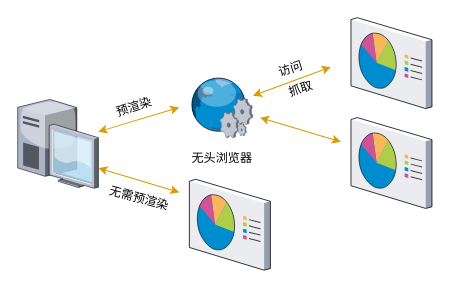
zyx1992/hexoDocs keeps this draw.io diagram as page "视觉改版2" (4 of 9) of Untitled Diagram.drawio. Above is the earlier version. Source tidied: cells renumbered, new cells numbered last; positions are measured from the earlier drawing's top-left corner, leaving out a move shared by most shapes. Both pictures are drawn from the tidied source at 101%, with x=0, y=0 at pixel (17, 17).
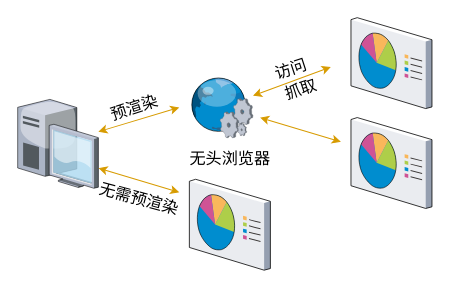
The same diagram, later.

Diff of the diagram source:
```diff
@@
 <mxGraphModel>
   <root>
     <mxCell id="0" />
     <mxCell id="1" parent="0" />
     <mxCell id="2" style="verticalLabelPosition=bottom;html=1;verticalAlign=top;strokeColor=none;align=center;outlineConnect=0;shape=mxgraph.citrix.web_service;" parent="1" vertex="1">
       <mxGeometry x="170" y="58.9" width="63" height="60" as="geometry" />
     </mxCell>
     <mxCell id="3" style="verticalLabelPosition=bottom;html=1;verticalAlign=top;strokeColor=none;align=center;shape=mxgraph.citrix.reporting;" parent="1" vertex="1">
       <mxGeometry x="330" width="80.2" height="90" as="geometry" />
     </mxCell>
     <mxCell id="4" style="verticalLabelPosition=bottom;html=1;verticalAlign=top;strokeColor=none;align=center;shape=mxgraph.citrix.reporting;" parent="1" vertex="1">
       <mxGeometry x="330" y="98.9" width="80.2" height="90" as="geometry" />
     </mxCell>
     <mxCell id="5" style="endArrow=classic;startArrow=classic;html=1;fillColor=#ffe6cc;strokeColor=#d79b00;" parent="1" edge="1" source="2">
       <mxGeometry relative="1" as="geometry">
         <mxPoint x="310" y="48.9" as="targetPoint" />
       </mxGeometry>
     </mxCell>
     <mxCell id="6" style="endArrow=classic;startArrow=classic;html=1;fillColor=#ffe6cc;strokeColor=#d79b00;" parent="1" edge="1">
       <mxGeometry relative="1" as="geometry">
         <mxPoint x="240" y="98.9" as="sourcePoint" />
         <mxPoint x="320" y="122.9" as="targetPoint" />
       </mxGeometry>
     </mxCell>
     <mxCell id="7" style="endArrow=classic;startArrow=classic;html=1;fillColor=#ffe6cc;strokeColor=#d79b00;" parent="1" edge="1">
       <mxGeometry relative="1" as="geometry">
         <mxPoint x="80" y="148.9" as="sourcePoint" />
         <mxPoint x="160" y="172.9" as="targetPoint" />
       </mxGeometry>
     </mxCell>
     <mxCell id="8" style="endArrow=classic;startArrow=classic;html=1;fillColor=#ffe6cc;strokeColor=#d79b00;" parent="1" edge="1" source="14">
       <mxGeometry relative="1" as="geometry">
         <mxPoint x="160" y="88.9" as="targetPoint" />
       </mxGeometry>
     </mxCell>
-    <mxCell id="9" value="无头浏览器" style="text;html=1;align=center;verticalAlign=middle;" parent="1" vertex="1">
-      <mxGeometry x="161.5" y="128.9" width="80" height="20" as="geometry" />
+    <mxCell id="9" value="无头浏览器" style="text;html=1;align=center;verticalAlign=middle;fontSize=16;" parent="1" vertex="1">
+      <mxGeometry x="160.1" y="128.9" width="100" height="20" as="geometry" />
     </mxCell>
-    <mxCell id="10" value="预渲染" style="text;html=1;align=center;verticalAlign=middle;rotation=342;" parent="1" vertex="1">
-      <mxGeometry x="90" y="78.9" width="50" height="20" as="geometry" />
+    <mxCell id="10" value="&lt;font style=&quot;font-size: 16px&quot;&gt;预渲染&lt;/font&gt;" style="text;html=1;align=center;verticalAlign=middle;rotation=342;" parent="1" vertex="1">
+      <mxGeometry x="85" y="78.9" width="60" height="20" as="geometry" />
     </mxCell>
-    <mxCell id="11" value="无需预渲染" style="text;html=1;align=center;verticalAlign=middle;rotation=15;" parent="1" vertex="1">
-      <mxGeometry x="79.9" y="168.9" width="80" height="20" as="geometry" />
+    <mxCell id="11" value="无需预渲染" style="text;html=1;align=center;verticalAlign=middle;rotation=15;fontSize=16;" parent="1" vertex="1">
+      <mxGeometry x="69.9" y="168.9" width="100" height="20" as="geometry" />
     </mxCell>
-    <mxCell id="12" value="访问" style="text;html=1;align=center;verticalAlign=middle;rotation=342;" parent="1" vertex="1">
-      <mxGeometry x="250.2" y="40.9" width="40" height="20" as="geometry" />
+    <mxCell id="12" value="&lt;font style=&quot;font-size: 16px&quot;&gt;访问&lt;/font&gt;" style="text;html=1;align=center;verticalAlign=middle;rotation=342;" parent="1" vertex="1">
+      <mxGeometry x="245.2" y="40.9" width="50" height="20" as="geometry" />
     </mxCell>
-    <mxCell id="13" value="抓取" style="text;html=1;align=center;verticalAlign=middle;rotation=342;" parent="1" vertex="1">
-      <mxGeometry x="260" y="60.9" width="40" height="20" as="geometry" />
+    <mxCell id="13" value="&lt;font style=&quot;font-size: 16px&quot;&gt;抓取&lt;/font&gt;" style="text;html=1;align=center;verticalAlign=middle;rotation=342;" parent="1" vertex="1">
+      <mxGeometry x="255" y="60.9" width="50" height="20" as="geometry" />
     </mxCell>
     <mxCell id="14" style="verticalLabelPosition=bottom;html=1;verticalAlign=top;strokeColor=none;align=center;outlineConnect=0;shape=mxgraph.citrix.desktop;" parent="1" vertex="1">
       <mxGeometry y="80.9" width="79.9" height="88" as="geometry" />
     </mxCell>
     <mxCell id="15" style="verticalLabelPosition=bottom;html=1;verticalAlign=top;strokeColor=none;align=center;shape=mxgraph.citrix.reporting;" parent="1" vertex="1">
       <mxGeometry x="170" y="160" width="80.2" height="90" as="geometry" />
     </mxCell>
   </root>
 </mxGraphModel>
```
